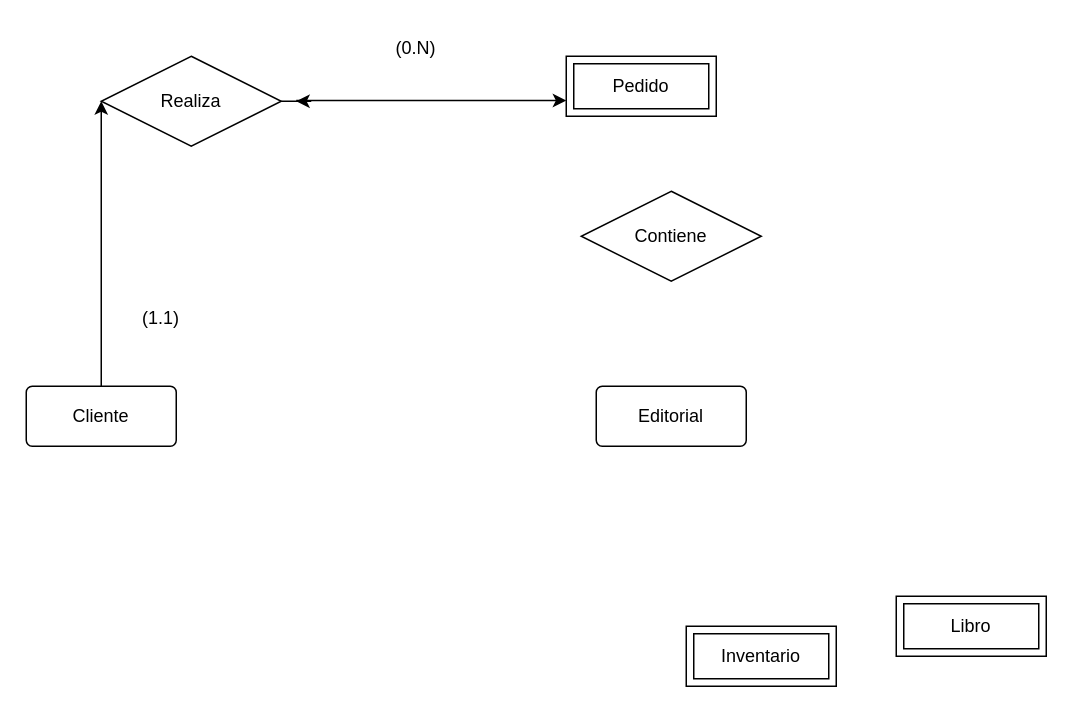
The draw.io diagram db/modelo.drawio in Sergio-Tolaba/ds_ej, before the edit. Source tidied: cells renumbered, new cells numbered last; positions are measured from the earlier drawing's top-left corner, leaving out a move shared by most shapes. Both pictures are drawn from the tidied source at 150%, with x=0, y=0 at pixel (26, 26).
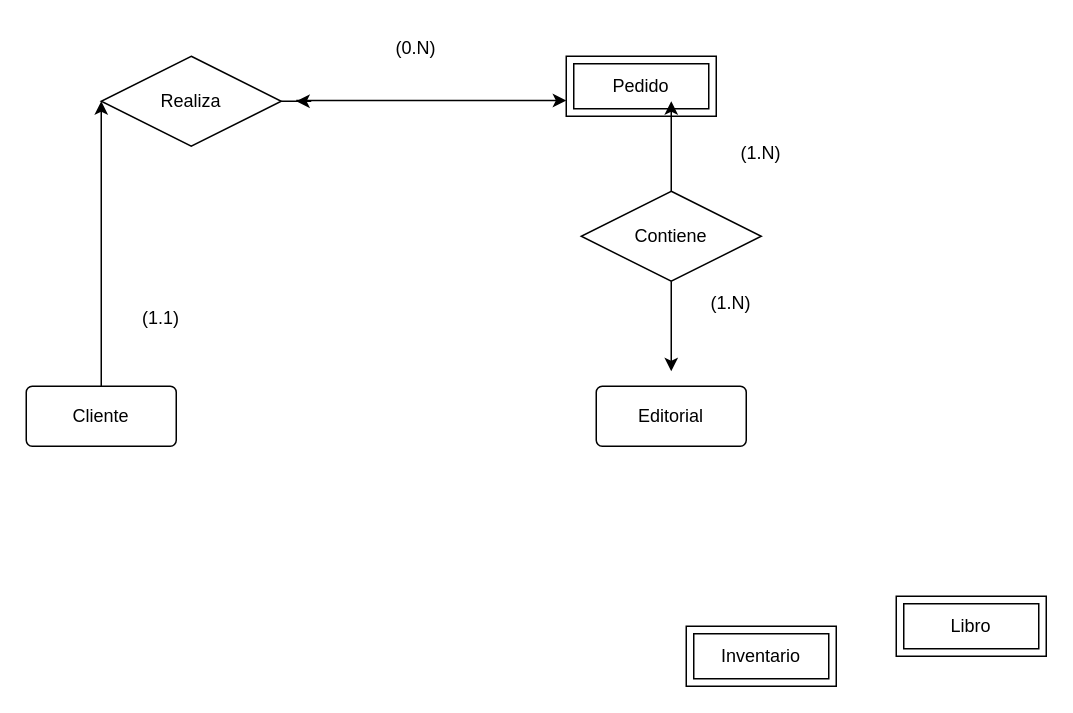
The same diagram, later.

Commit message:
Contiene -cardinalidad con Pedido y con Editorial Actualizar modelo.drawio

Unchanged cells that the change refers to:
```xml
<mxCell id="5" value="Pedido" style="shape=ext;margin=3;double=1;whiteSpace=wrap;html=1;align=center;" parent="1" vertex="1">
  <mxGeometry x="360" y="20" width="100" height="40" as="geometry" />
</mxCell>
<mxCell id="13" value="Contiene" style="shape=rhombus;perimeter=rhombusPerimeter;whiteSpace=wrap;html=1;align=center;" parent="1" vertex="1">
  <mxGeometry x="370" y="110" width="120" height="60" as="geometry" />
</mxCell>
```

What changed in the source:
```diff
@@
+    <mxCell id="14" style="edgeStyle=orthogonalEdgeStyle;rounded=0;jettySize=auto;html=1;" parent="1" edge="1" source="13">
+      <mxGeometry relative="1" as="geometry">
+        <mxPoint x="430" y="230" as="targetPoint" />
+      </mxGeometry>
+    </mxCell>
@@
+    <mxCell id="15" style="edgeStyle=orthogonalEdgeStyle;rounded=0;jettySize=auto;html=1;entryX=0.7;entryY=0.75;entryDx=0;entryDy=0;entryPerimeter=0;" parent="1" edge="1" source="13" target="5">
+      <mxGeometry relative="1" as="geometry" />
+    </mxCell>
+    <mxCell id="16" value="(1.N)" style="text;html=1;align=center;verticalAlign=middle;whiteSpace=wrap;rounded=0;" parent="1" vertex="1">
+      <mxGeometry x="460" y="70" width="60" height="30" as="geometry" />
+    </mxCell>
+    <mxCell id="17" value="(1.N)" style="text;html=1;align=center;verticalAlign=middle;whiteSpace=wrap;rounded=0;" parent="1" vertex="1">
+      <mxGeometry x="440" y="170" width="60" height="30" as="geometry" />
+    </mxCell>
```
